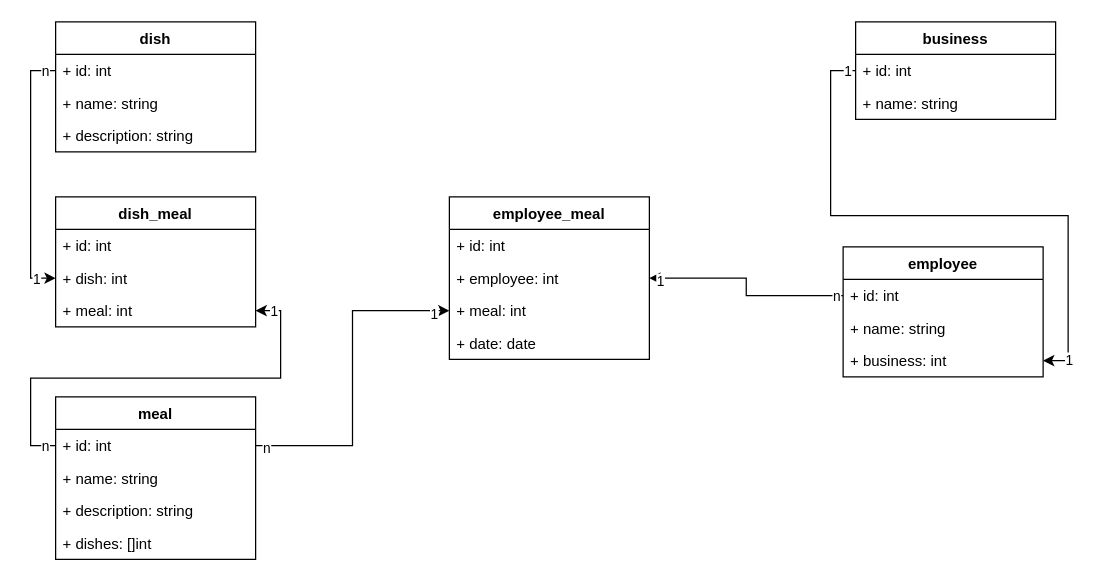
Earlier version of the draw.io diagram diagrams/uml/entity.drawio (garfada/garfada-documentation). Source tidied: cells renumbered, new cells numbered last; positions are measured from the earlier drawing's top-left corner, leaving out a move shared by most shapes. Both pictures are drawn from the tidied source at 125%, with x=0, y=0 at pixel (55, 21).
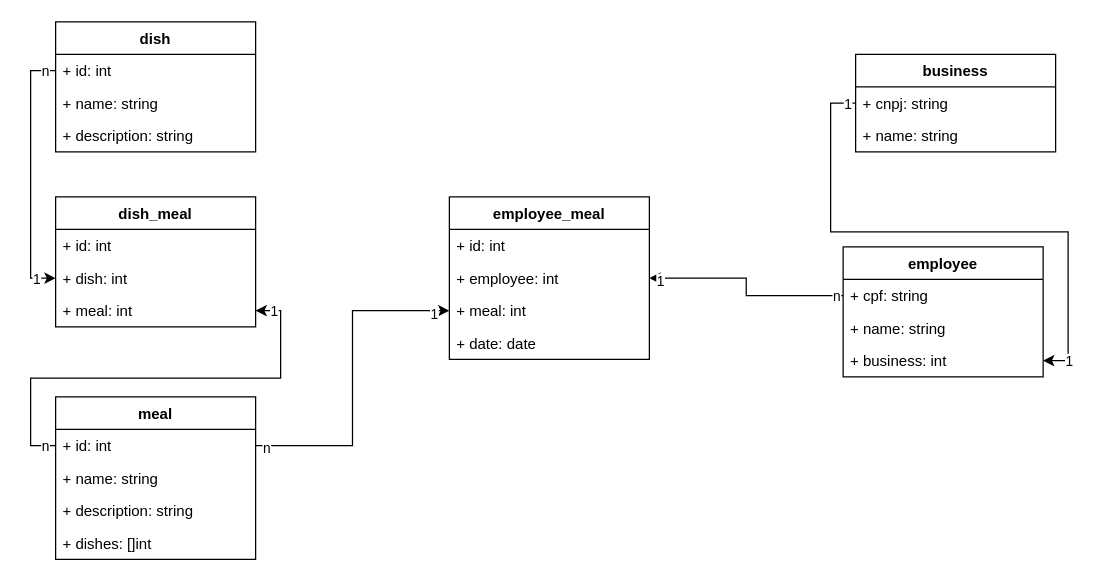
The same diagram, later.

Commit message:
changed id from business and employee

Unchanged cells that the change refers to:
```xml
<mxCell id="5" value="employee" style="swimlane;fontStyle=1;align=center;verticalAlign=top;horizontal=1;startSize=26;" parent="1" vertex="1">
  <mxGeometry x="630" y="180" width="160" height="104" as="geometry" />
</mxCell>
```

Change to the diagram source:
```diff
@@
     <mxCell id="2" value="business" style="swimlane;fontStyle=1;align=center;verticalAlign=top;horizontal=1;startSize=26;" parent="1" vertex="1">
-      <mxGeometry x="640" width="160" height="78" as="geometry" />
+      <mxGeometry x="640" y="26" width="160" height="78" as="geometry" />
     </mxCell>
-    <mxCell id="3" value="+ id: int" style="text;strokeColor=none;fillColor=none;align=left;verticalAlign=top;spacingLeft=4;spacingRight=4;overflow=hidden;points=[[0,0.5],[1,0.5]];portConstraint=eastwest;" parent="2" vertex="1">
+    <mxCell id="3" value="+ cnpj: string" style="text;strokeColor=none;fillColor=none;align=left;verticalAlign=top;spacingLeft=4;spacingRight=4;overflow=hidden;points=[[0,0.5],[1,0.5]];portConstraint=eastwest;" parent="2" vertex="1">
       <mxGeometry y="26" width="160" height="26" as="geometry" />
     </mxCell>
@@
-    <mxCell id="6" value="+ id: int" style="text;strokeColor=none;fillColor=none;align=left;verticalAlign=top;spacingLeft=4;spacingRight=4;overflow=hidden;points=[[0,0.5],[1,0.5]];portConstraint=eastwest;" parent="5" vertex="1">
+    <mxCell id="6" value="+ cpf: string" style="text;strokeColor=none;fillColor=none;align=left;verticalAlign=top;spacingLeft=4;spacingRight=4;overflow=hidden;points=[[0,0.5],[1,0.5]];portConstraint=eastwest;" parent="5" vertex="1">
       <mxGeometry y="26" width="160" height="26" as="geometry" />
     </mxCell>
```
